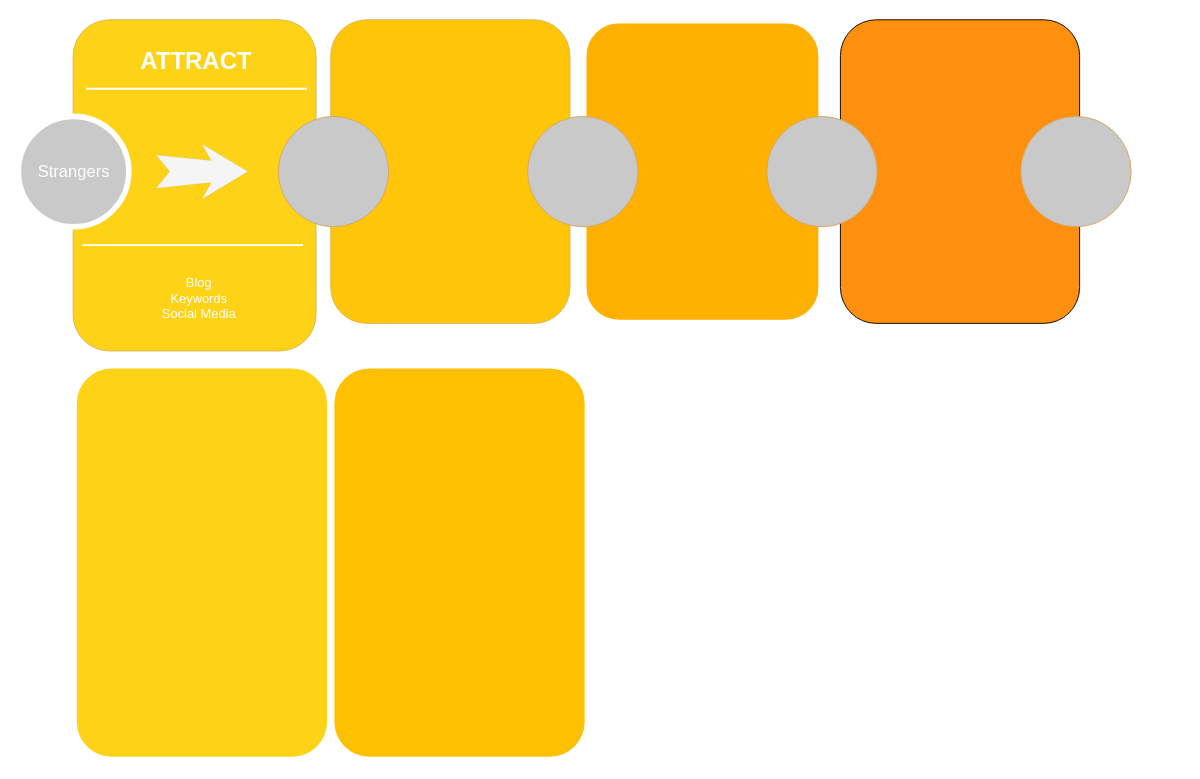
Before: page "Copy of Page-1" (2 of 2) of Untitled Diagram.drawio in sosukebrause/Bess-Demo, a draw.io diagram. Source tidied: cells renumbered, new cells numbered last; positions are measured from the earlier drawing's top-left corner, leaving out a move shared by most shapes. Both pictures are drawn from the tidied source at 92%, with x=0, y=0 at pixel (17, 19).
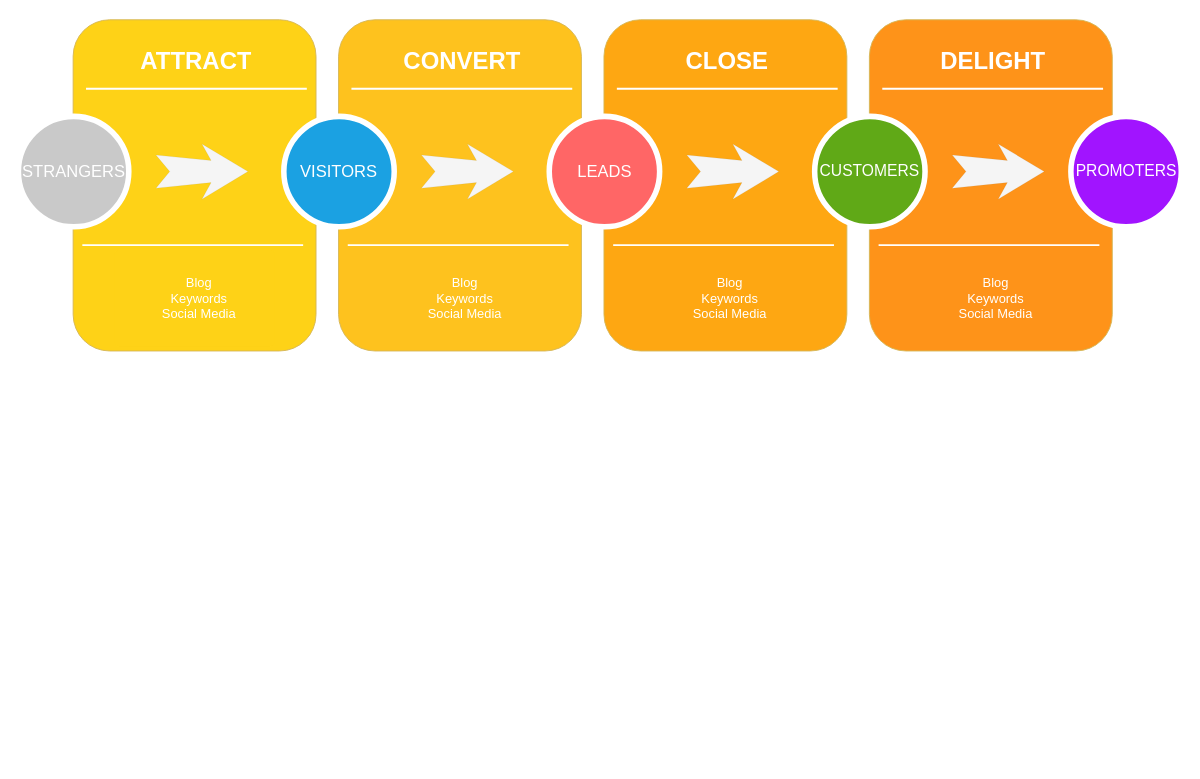
The same diagram, later.

Change to the diagram source:
```diff
@@
-    <mxCell id="2" style="whiteSpace=wrap;html=1;rounded=1;shadow=0;strokeWidth=8;fontSize=20;align=center;fillColor=#FED217;strokeColor=#FFFFFF;" parent="1" vertex="1">
-      <mxGeometry x="60" y="375" width="280" height="430" as="geometry" />
-    </mxCell>
-    <mxCell id="3" style="whiteSpace=wrap;html=1;rounded=1;shadow=0;strokeWidth=8;fontSize=20;align=center;fillColor=#FFC001;strokeColor=#FFFFFF;" parent="1" vertex="1">
-      <mxGeometry x="340" y="375" width="280" height="430" as="geometry" />
-    </mxCell>
@@
-    <mxCell id="5" style="rounded=1;whiteSpace=wrap;html=1;fillColor=#FFC508;strokeColor=#d6b656;" parent="1" vertex="1">
-      <mxGeometry x="340" width="260" height="330" as="geometry" />
-    </mxCell>
-    <mxCell id="6" style="rounded=1;whiteSpace=wrap;html=1;fillColor=#FF8F0F;" parent="1" vertex="1">
-      <mxGeometry x="894" width="260" height="330" as="geometry" />
-    </mxCell>
-    <mxCell id="7" style="rounded=1;whiteSpace=wrap;html=1;fontSize=20;fillColor=#FFB001;strokeColor=#FFFFFF;shadow=0;strokeWidth=8;" parent="1" vertex="1">
-      <mxGeometry x="614" width="260" height="330" as="geometry" />
-    </mxCell>
-    <mxCell id="8" style="ellipse;whiteSpace=wrap;html=1;strokeColor=#D6A65E;fillColor=#C9C9C9;gradientColor=none;" parent="1" vertex="1">
-      <mxGeometry x="554" y="105" width="120" height="120" as="geometry" />
-    </mxCell>
-    <mxCell id="9" style="ellipse;whiteSpace=wrap;html=1;strokeColor=#D6A65E;fillColor=#C9C9C9;gradientColor=none;" parent="1" vertex="1">
-      <mxGeometry x="814" y="105" width="120" height="120" as="geometry" />
-    </mxCell>
-    <mxCell id="10" style="ellipse;whiteSpace=wrap;html=1;strokeColor=#D6A65E;fillColor=#C9C9C9;gradientColor=none;" parent="1" vertex="1">
-      <mxGeometry x="283" y="105" width="120" height="120" as="geometry" />
-    </mxCell>
-    <mxCell id="11" style="ellipse;whiteSpace=wrap;html=1;strokeColor=#D6A65E;fillColor=#C9C9C9;gradientColor=none;" parent="1" vertex="1">
-      <mxGeometry x="1090" y="105" width="120" height="120" as="geometry" />
-    </mxCell>
@@
-    <mxCell id="17" value="Strangers" style="ellipse;whiteSpace=wrap;html=1;strokeColor=#FFFFFF;fillColor=#C9C9C9;gradientColor=none;strokeWidth=6;fontSize=18;fontColor=#FFFFFF;" parent="1" vertex="1">
+    <mxCell id="17" value="STRANGERS" style="ellipse;whiteSpace=wrap;html=1;strokeColor=#FFFFFF;fillColor=#C9C9C9;gradientColor=none;strokeWidth=6;fontSize=18;fontColor=#FFFFFF;" parent="1" vertex="1">
       <mxGeometry x="0.5" y="105" width="120" height="120" as="geometry" />
     </mxCell>
+    <mxCell id="18" style="rounded=1;whiteSpace=wrap;html=1;fillColor=#FEC21E;strokeColor=#d6b656;" parent="1" vertex="1">
+      <mxGeometry x="348.5" width="264" height="360" as="geometry" />
+    </mxCell>
+    <mxCell id="19" value="&lt;h1 style=&quot;font-size: 26px&quot;&gt;CONVERT&lt;/h1&gt;" style="text;html=1;strokeColor=none;fillColor=none;spacing=0;spacingTop=0;whiteSpace=wrap;overflow=hidden;rounded=0;fontSize=27;align=center;verticalAlign=middle;fontColor=#FFFFFF;" parent="1" vertex="1">
+      <mxGeometry x="387.5" width="190" height="90" as="geometry" />
+    </mxCell>
+    <mxCell id="20" style="line;strokeWidth=2;html=1;perimeter=backbonePerimeter;fontSize=26;fontColor=#FFFFFF;strokeColor=#FFFFFF;" parent="1" vertex="1">
+      <mxGeometry x="362.5" y="70" width="240" height="10" as="geometry" />
+    </mxCell>
+    <mxCell id="21" style="html=1;shadow=0;dashed=0;align=center;verticalAlign=middle;shape=mxgraph.arrows2.stylisedArrow;dy=0.6;dx=40;notch=15;feather=0.4;fontSize=26;strokeWidth=0;strokeColor=#666666;fillColor=#f5f5f5;fontColor=#333333;" parent="1" vertex="1">
+      <mxGeometry x="438.5" y="135" width="100" height="60" as="geometry" />
+    </mxCell>
+    <mxCell id="22" style="line;strokeWidth=2;html=1;perimeter=backbonePerimeter;fontSize=26;fontColor=#FFFFFF;strokeColor=#FFFFFF;" parent="1" vertex="1">
+      <mxGeometry x="358.5" y="240" width="240" height="10" as="geometry" />
+    </mxCell>
+    <mxCell id="23" value="Blog&lt;br&gt;Keywords&lt;br&gt;&lt;div style=&quot;&quot;&gt;&lt;span&gt;Social Media&lt;/span&gt;&lt;/div&gt;" style="html=1;shadow=0;dashed=0;shape=mxgraph.bootstrap.rrect;rSize=5;strokeColor=none;strokeWidth=1;fillColor=#FED217;fontColor=#FFFFFF;whiteSpace=wrap;align=center;verticalAlign=middle;spacingLeft=10;fontSize=14;spacing=10;rounded=1;labelBackgroundColor=none;fontFamily=Helvetica;opacity=0;" parent="1" vertex="1">
+      <mxGeometry x="393.5" y="250" width="174" height="105" as="geometry" />
+    </mxCell>
+    <mxCell id="24" value="VISITORS" style="ellipse;whiteSpace=wrap;html=1;strokeColor=#FFFFFF;fillColor=#1ba1e2;strokeWidth=6;fontSize=18;fontColor=#ffffff;" parent="1" vertex="1">
+      <mxGeometry x="289" y="105" width="120" height="120" as="geometry" />
+    </mxCell>
+    <mxCell id="25" style="rounded=1;whiteSpace=wrap;html=1;fillColor=#FEA712;strokeColor=#d6b656;" parent="1" vertex="1">
+      <mxGeometry x="637" width="264" height="360" as="geometry" />
+    </mxCell>
+    <mxCell id="26" value="&lt;h1 style=&quot;font-size: 26px&quot;&gt;CLOSE&lt;/h1&gt;" style="text;html=1;strokeColor=none;fillColor=none;spacing=0;spacingTop=0;whiteSpace=wrap;overflow=hidden;rounded=0;fontSize=27;align=center;verticalAlign=middle;fontColor=#FFFFFF;" parent="1" vertex="1">
+      <mxGeometry x="676" width="190" height="90" as="geometry" />
+    </mxCell>
+    <mxCell id="27" style="line;strokeWidth=2;html=1;perimeter=backbonePerimeter;fontSize=26;fontColor=#FFFFFF;strokeColor=#FFFFFF;" parent="1" vertex="1">
+      <mxGeometry x="651" y="70" width="240" height="10" as="geometry" />
+    </mxCell>
+    <mxCell id="28" style="html=1;shadow=0;dashed=0;align=center;verticalAlign=middle;shape=mxgraph.arrows2.stylisedArrow;dy=0.6;dx=40;notch=15;feather=0.4;fontSize=26;strokeWidth=0;strokeColor=#666666;fillColor=#f5f5f5;fontColor=#333333;" parent="1" vertex="1">
+      <mxGeometry x="727" y="135" width="100" height="60" as="geometry" />
+    </mxCell>
+    <mxCell id="29" style="line;strokeWidth=2;html=1;perimeter=backbonePerimeter;fontSize=26;fontColor=#FFFFFF;strokeColor=#FFFFFF;" parent="1" vertex="1">
+      <mxGeometry x="647" y="240" width="240" height="10" as="geometry" />
+    </mxCell>
+    <mxCell id="30" value="Blog&lt;br&gt;Keywords&lt;br&gt;&lt;div style=&quot;&quot;&gt;&lt;span&gt;Social Media&lt;/span&gt;&lt;/div&gt;" style="html=1;shadow=0;dashed=0;shape=mxgraph.bootstrap.rrect;rSize=5;strokeColor=none;strokeWidth=1;fillColor=#FED217;fontColor=#FFFFFF;whiteSpace=wrap;align=center;verticalAlign=middle;spacingLeft=10;fontSize=14;spacing=10;rounded=1;labelBackgroundColor=none;fontFamily=Helvetica;opacity=0;" parent="1" vertex="1">
+      <mxGeometry x="682" y="250" width="174" height="105" as="geometry" />
+    </mxCell>
+    <mxCell id="31" value="LEADS" style="ellipse;whiteSpace=wrap;html=1;strokeColor=#FFFFFF;fillColor=#FF6666;gradientColor=none;strokeWidth=6;fontSize=18;fontColor=#FFFFFF;" parent="1" vertex="1">
+      <mxGeometry x="577.5" y="105" width="120" height="120" as="geometry" />
+    </mxCell>
+    <mxCell id="32" style="rounded=1;whiteSpace=wrap;html=1;fillColor=#FE9319;strokeColor=#d6b656;" parent="1" vertex="1">
+      <mxGeometry x="925.5" width="264" height="360" as="geometry" />
+    </mxCell>
+    <mxCell id="33" value="&lt;h1 style=&quot;font-size: 26px&quot;&gt;DELIGHT&lt;/h1&gt;" style="text;html=1;strokeColor=none;fillColor=none;spacing=0;spacingTop=0;whiteSpace=wrap;overflow=hidden;rounded=0;fontSize=27;align=center;verticalAlign=middle;fontColor=#FFFFFF;" parent="1" vertex="1">
+      <mxGeometry x="964.5" width="190" height="90" as="geometry" />
+    </mxCell>
+    <mxCell id="34" style="line;strokeWidth=2;html=1;perimeter=backbonePerimeter;fontSize=26;fontColor=#FFFFFF;strokeColor=#FFFFFF;" parent="1" vertex="1">
+      <mxGeometry x="939.5" y="70" width="240" height="10" as="geometry" />
+    </mxCell>
+    <mxCell id="35" style="html=1;shadow=0;dashed=0;align=center;verticalAlign=middle;shape=mxgraph.arrows2.stylisedArrow;dy=0.6;dx=40;notch=15;feather=0.4;fontSize=26;strokeWidth=0;strokeColor=#666666;fillColor=#f5f5f5;fontColor=#333333;" parent="1" vertex="1">
+      <mxGeometry x="1015.5" y="135" width="100" height="60" as="geometry" />
+    </mxCell>
+    <mxCell id="36" style="line;strokeWidth=2;html=1;perimeter=backbonePerimeter;fontSize=26;fontColor=#FFFFFF;strokeColor=#FFFFFF;" parent="1" vertex="1">
+      <mxGeometry x="935.5" y="240" width="240" height="10" as="geometry" />
+    </mxCell>
+    <mxCell id="37" value="Blog&lt;br&gt;Keywords&lt;br&gt;&lt;div style=&quot;&quot;&gt;&lt;span&gt;Social Media&lt;/span&gt;&lt;/div&gt;" style="html=1;shadow=0;dashed=0;shape=mxgraph.bootstrap.rrect;rSize=5;strokeColor=none;strokeWidth=1;fillColor=#FED217;fontColor=#FFFFFF;whiteSpace=wrap;align=center;verticalAlign=middle;spacingLeft=10;fontSize=14;spacing=10;rounded=1;labelBackgroundColor=none;fontFamily=Helvetica;opacity=0;" parent="1" vertex="1">
+      <mxGeometry x="970.5" y="250" width="174" height="105" as="geometry" />
+    </mxCell>
+    <mxCell id="38" value="CUSTOMERS" style="ellipse;whiteSpace=wrap;html=1;strokeColor=#FFFFFF;fillColor=#60a917;strokeWidth=6;fontSize=17;fontColor=#ffffff;" parent="1" vertex="1">
+      <mxGeometry x="866" y="105" width="120" height="120" as="geometry" />
+    </mxCell>
+    <mxCell id="39" value="PROMOTERS" style="ellipse;whiteSpace=wrap;html=1;strokeColor=#FFFFFF;fillColor=#A114FF;strokeWidth=6;fontSize=17;fontColor=#ffffff;" parent="1" vertex="1">
+      <mxGeometry x="1144.5" y="105" width="120" height="120" as="geometry" />
+    </mxCell>
```
